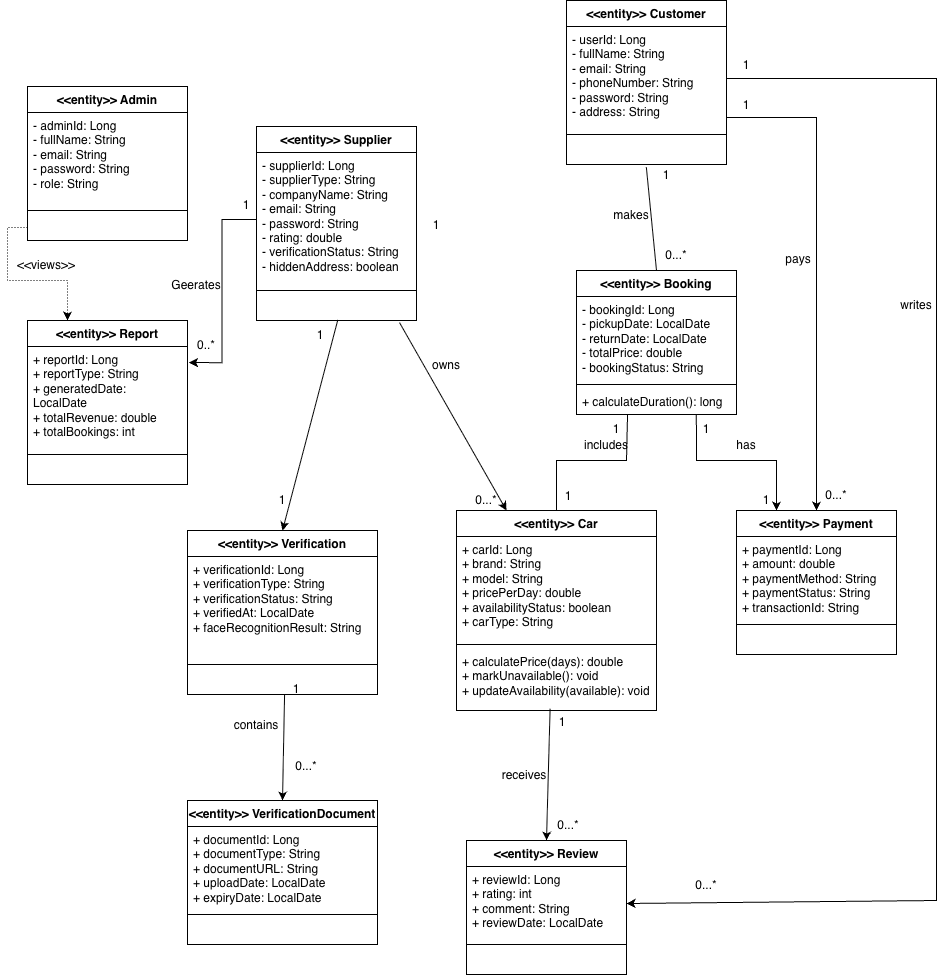
Above: Design/final/ClassDiagram.png in Darkhaamn/MIU-CS425-Project (draw.io), before the change. Source tidied: cells renumbered, new cells last; positions are measured from the earlier drawing's top-left corner, leaving out a move shared by most shapes.
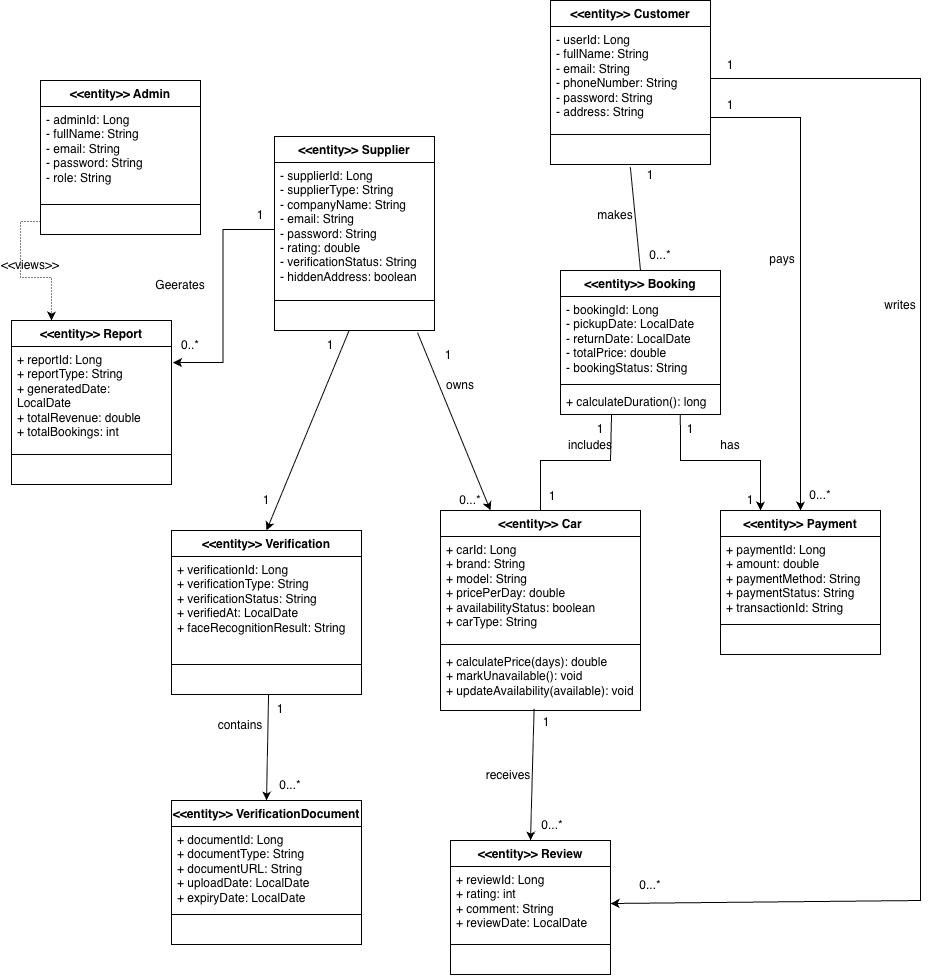
The same file after the commit.

What changed in the source:
```diff
@@ -3,7 +3,7 @@
     <mxCell id="0" />
     <mxCell id="1" parent="0" />
     <mxCell id="2" value="&amp;lt;&amp;lt;entity&amp;gt;&amp;gt; Admin" style="swimlane;fontStyle=1;align=center;verticalAlign=top;horizontal=1;startSize=26;whiteSpace=wrap;html=1;" parent="1" vertex="1">
-      <mxGeometry x="11" y="86" width="160" height="154" as="geometry" />
+      <mxGeometry x="40" y="80" width="160" height="154" as="geometry" />
     </mxCell>
     <mxCell id="3" value="&lt;div&gt;- adminId: Long&lt;/div&gt;&lt;div&gt;&lt;span style=&quot;background-color: transparent; color: light-dark(rgb(0, 0, 0), rgb(255, 255, 255));&quot;&gt;- fullName: String&lt;/span&gt;&lt;/div&gt;&lt;div&gt;- email: String&lt;/div&gt;&lt;div&gt;- password: String&lt;/div&gt;&lt;div&gt;- role: String&lt;/div&gt;" style="text;strokeColor=none;fillColor=none;align=left;verticalAlign=top;spacingLeft=4;spacingRight=4;overflow=hidden;whiteSpace=wrap;html=1;" parent="2" vertex="1">
       <mxGeometry y="26" width="160" height="94" as="geometry" />
@@ -27,7 +27,7 @@
       <mxGeometry y="138" width="160" height="26" as="geometry" />
     </mxCell>
     <mxCell id="10" value="&amp;lt;&amp;lt;entity&amp;gt;&amp;gt; Supplier" style="swimlane;fontStyle=1;align=center;verticalAlign=top;horizontal=1;startSize=26;whiteSpace=wrap;html=1;" parent="1" vertex="1">
-      <mxGeometry x="240" y="126" width="160" height="194" as="geometry" />
+      <mxGeometry x="274" y="136" width="160" height="194" as="geometry" />
     </mxCell>
     <mxCell id="11" value="&lt;div&gt;- supplierId: Long&lt;/div&gt;&lt;div&gt;- supplierType: String&lt;/div&gt;&lt;div&gt;- companyName: String&lt;/div&gt;&lt;div&gt;- email: String&lt;/div&gt;&lt;div&gt;- password: String&lt;/div&gt;&lt;div&gt;- rating: double&lt;/div&gt;&lt;div&gt;- verificationStatus: String&lt;/div&gt;&lt;div&gt;- hiddenAddress: boolean&lt;/div&gt;" style="text;strokeColor=none;fillColor=none;align=left;verticalAlign=top;spacingLeft=4;spacingRight=4;overflow=hidden;points=[[0,0.5],[1,0.5]];portConstraint=eastwest;whiteSpace=wrap;html=1;" parent="10" vertex="1">
       <mxGeometry y="26" width="160" height="134" as="geometry" />
@@ -170,7 +170,7 @@
       <mxGeometry x="700" y="50" width="60" height="30" as="geometry" />
     </mxCell>
     <mxCell id="53" value="0...*" style="text;html=1;whiteSpace=wrap;strokeColor=none;fillColor=none;align=center;verticalAlign=middle;rounded=0;" parent="1" vertex="1">
-      <mxGeometry x="660" y="870" width="60" height="30" as="geometry" />
+      <mxGeometry x="620" y="870" width="60" height="30" as="geometry" />
     </mxCell>
     <mxCell id="54" style="endArrow=classic;html=1;rounded=0;entryX=0.25;entryY=0;entryDx=0;entryDy=0;exitX=0.749;exitY=0.993;exitDx=0;exitDy=0;exitPerimeter=0;endFill=1;" parent="1" edge="1" source="17" target="18">
       <mxGeometry relative="1" as="geometry">
@@ -199,17 +199,11 @@
       <mxGeometry relative="1" as="geometry" />
     </mxCell>
     <mxCell id="61" value="1" style="text;html=1;whiteSpace=wrap;strokeColor=none;fillColor=none;align=center;verticalAlign=middle;rounded=0;" parent="1" vertex="1">
-      <mxGeometry x="250" y="674" width="60" height="30" as="geometry" />
+      <mxGeometry x="250" y="694" width="60" height="30" as="geometry" />
     </mxCell>
     <mxCell id="62" value="0...*" style="text;html=1;whiteSpace=wrap;strokeColor=none;fillColor=none;align=center;verticalAlign=middle;rounded=0;" parent="1" vertex="1">
-      <mxGeometry x="260" y="751" width="60" height="30" as="geometry" />
+      <mxGeometry x="260" y="770" width="60" height="30" as="geometry" />
     </mxCell>
-    <mxCell id="63" style="endArrow=none;html=1;rounded=0;entryX=0.508;entryY=0.982;entryDx=0;entryDy=0;exitX=0.5;exitY=0;exitDx=0;exitDy=0;entryPerimeter=0;startArrow=classic;startFill=1;" parent="1" edge="1" source="26" target="13">
-      <mxGeometry relative="1" as="geometry" />
-    </mxCell>
-    <mxCell id="64" value="1" style="text;html=1;whiteSpace=wrap;strokeColor=none;fillColor=none;align=center;verticalAlign=middle;rounded=0;" parent="1" vertex="1">
-      <mxGeometry x="274" y="320" width="60" height="30" as="geometry" />
-    </mxCell>
     <mxCell id="65" value="1" style="text;html=1;whiteSpace=wrap;strokeColor=none;fillColor=none;align=center;verticalAlign=middle;rounded=0;" parent="1" vertex="1">
       <mxGeometry x="236" y="484.5" width="60" height="30" as="geometry" />
     </mxCell>
@@ -241,7 +235,7 @@
       <mxGeometry x="210" y="710" width="60" height="30" as="geometry" />
     </mxCell>
     <mxCell id="75" value="owns" style="text;html=1;whiteSpace=wrap;strokeColor=none;fillColor=none;align=center;verticalAlign=middle;rounded=0;" parent="1" vertex="1">
-      <mxGeometry x="400" y="350" width="60" height="30" as="geometry" />
+      <mxGeometry x="430" y="370" width="60" height="30" as="geometry" />
     </mxCell>
     <mxCell id="76" style="edgeStyle=orthogonalEdgeStyle;rounded=0;jettySize=auto;html=1;entryX=1.01;entryY=0.155;entryDx=0;entryDy=0;entryPerimeter=0;" parent="1" edge="1" source="11" target="31">
       <mxGeometry relative="1" as="geometry" />
@@ -249,9 +243,6 @@
     <mxCell id="77" value="Geerates" style="text;html=1;whiteSpace=wrap;strokeColor=none;fillColor=none;align=center;verticalAlign=middle;rounded=0;" parent="1" vertex="1">
       <mxGeometry x="150" y="270" width="60" height="30" as="geometry" />
     </mxCell>
-    <mxCell id="78" value="1" style="text;html=1;whiteSpace=wrap;strokeColor=none;fillColor=none;align=center;verticalAlign=middle;rounded=0;" parent="1" vertex="1">
-      <mxGeometry x="200" y="190" width="60" height="30" as="geometry" />
-    </mxCell>
     <mxCell id="79" value="0..*" style="text;html=1;whiteSpace=wrap;strokeColor=none;fillColor=none;align=center;verticalAlign=middle;rounded=0;" parent="1" vertex="1">
       <mxGeometry x="160" y="330" width="60" height="30" as="geometry" />
     </mxCell>
@@ -262,7 +253,16 @@
       <mxGeometry y="250" width="60" height="30" as="geometry" />
     </mxCell>
     <mxCell id="82" value="1" style="text;html=1;whiteSpace=wrap;strokeColor=none;fillColor=none;align=center;verticalAlign=middle;rounded=0;" parent="1" vertex="1">
-      <mxGeometry x="390" y="210" width="60" height="30" as="geometry" />
+      <mxGeometry x="418" y="340" width="60" height="30" as="geometry" />
     </mxCell>
+    <mxCell id="63" style="endArrow=none;html=1;rounded=0;exitX=0.5;exitY=0;exitDx=0;exitDy=0;startArrow=classic;startFill=1;" parent="1" edge="1" source="26" target="13">
+      <mxGeometry relative="1" as="geometry" />
+    </mxCell>
+    <mxCell id="83" value="1" style="text;html=1;whiteSpace=wrap;strokeColor=none;fillColor=none;align=center;verticalAlign=middle;rounded=0;" parent="1" vertex="1">
+      <mxGeometry x="230" y="200" width="60" height="30" as="geometry" />
+    </mxCell>
+    <mxCell id="84" value="1" style="text;html=1;whiteSpace=wrap;strokeColor=none;fillColor=none;align=center;verticalAlign=middle;rounded=0;" parent="1" vertex="1">
+      <mxGeometry x="300" y="330" width="60" height="30" as="geometry" />
+    </mxCell>
   </root>
 </mxGraphModel>
```
